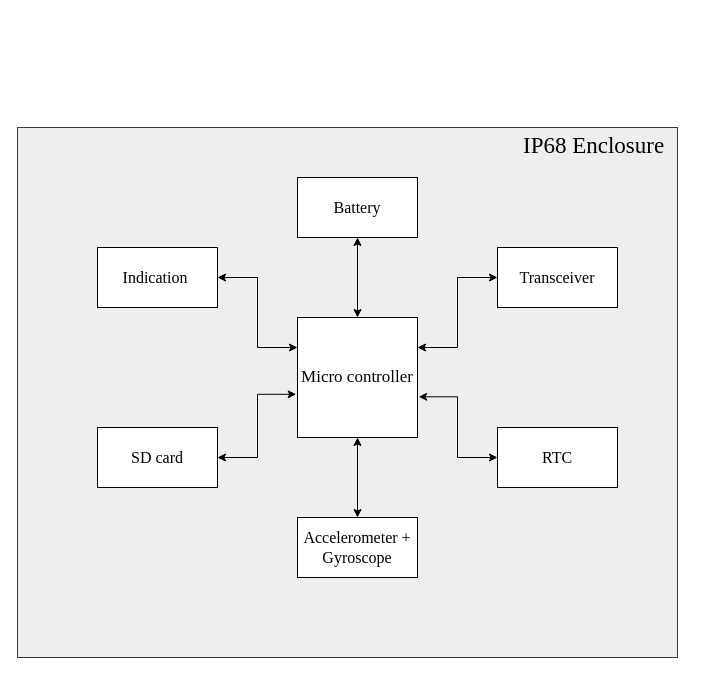
Above: shambhavi/Document/QLBF.drawio in Ashutoshkarve007/STM32_Learning (draw.io), before the change. Source tidied: cells renumbered, new cells numbered last; positions are measured from the earlier drawing's top-left corner, leaving out a move shared by most shapes. Both pictures are drawn from the tidied source at 100%, with x=0, y=0 at pixel (17, 127). Pictures stored in the file or linked from it are replaced by grey dashed boxes.
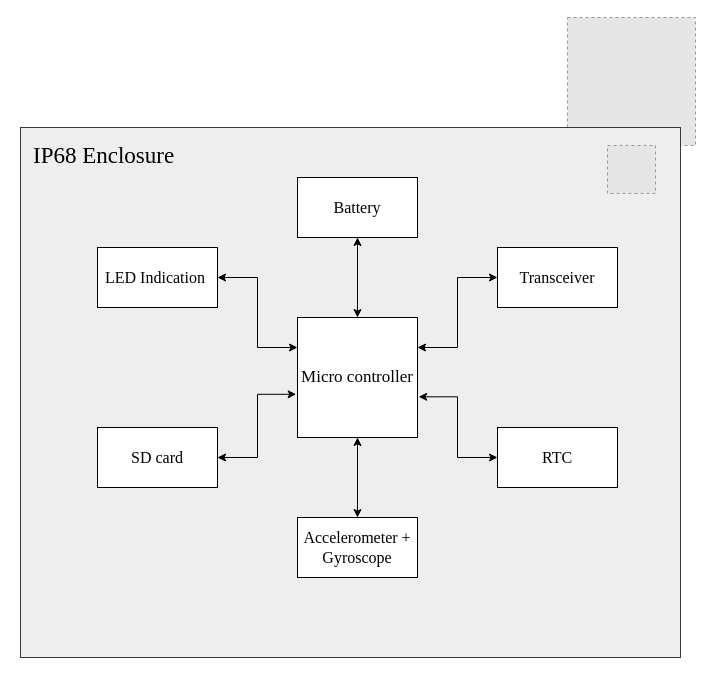
Above is the later version.

What changed in the source:
```diff
@@
+    <mxCell id="17" style="fillColor=#E6E6E6;strokeColor=#999999;dashed=1;html=1;verticalAlign=top;verticalLabelPosition=bottom;labelBackgroundColor=#ffffff;" parent="1" vertex="1">
+      <mxGeometry x="550" y="-110" width="128" height="128" as="geometry" />
+    </mxCell>
     <mxCell id="2" style="rounded=0;whiteSpace=wrap;html=1;align=right;fillColor=#eeeeee;strokeColor=#36393d;" parent="1" vertex="1">
-      <mxGeometry width="660" height="530" as="geometry" />
+      <mxGeometry x="3" width="660" height="530" as="geometry" />
     </mxCell>
@@
-    <mxCell id="8" value="&lt;font style=&quot;font-size: 16px;&quot;&gt;Indication&amp;nbsp;&lt;/font&gt;" style="rounded=0;whiteSpace=wrap;html=1;fontFamily=Times New Roman;" parent="1" vertex="1">
+    <mxCell id="8" value="&lt;font style=&quot;font-size: 16px;&quot;&gt;LED Indication&amp;nbsp;&lt;/font&gt;" style="rounded=0;whiteSpace=wrap;html=1;fontFamily=Times New Roman;" parent="1" vertex="1">
       <mxGeometry x="80" y="120" width="120" height="60" as="geometry" />
     </mxCell>
@@
     <mxCell id="16" value="IP68 Enclosure" style="text;strokeColor=none;fillColor=none;align=left;verticalAlign=middle;spacingLeft=4;spacingRight=4;overflow=hidden;fontFamily=Times New Roman;fontSize=23;" parent="1" vertex="1">
-      <mxGeometry x="500" width="160" height="30" as="geometry" />
+      <mxGeometry x="10" y="10" width="160" height="30" as="geometry" />
     </mxCell>
+    <mxCell id="18" style="fillColor=#E6E6E6;strokeColor=#999999;dashed=1;html=1;verticalAlign=top;verticalLabelPosition=bottom;labelBackgroundColor=#ffffff;" parent="1" vertex="1">
+      <mxGeometry x="590" y="18" width="48" height="48" as="geometry" />
+    </mxCell>
```
